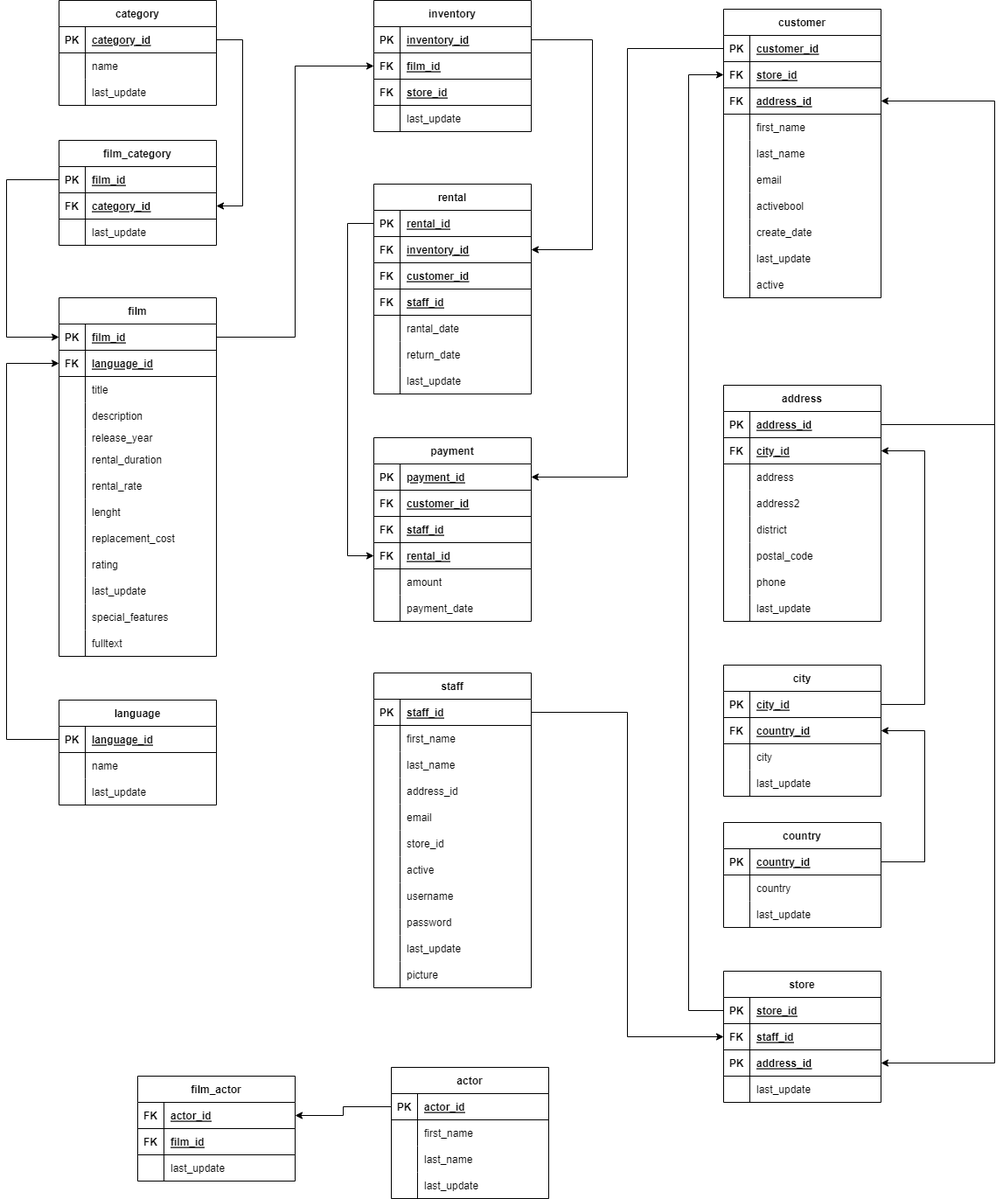
Earlier version of the draw.io export DVD Rental ER Model.drawio.png (MarianSulik/DE_diagrams). Source tidied: cells renumbered, new cells last; positions are measured from the earlier drawing's top-left corner, leaving out a move shared by most shapes.
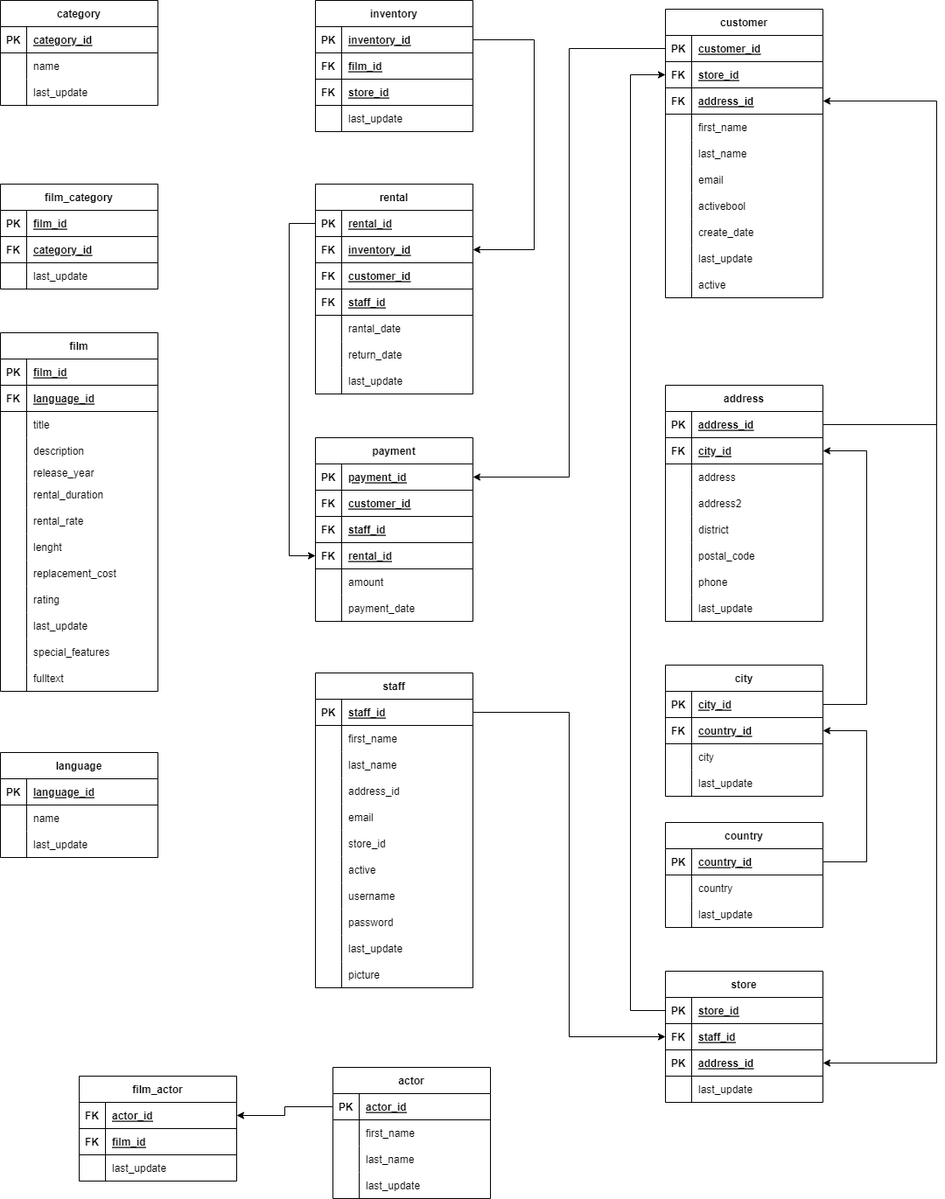
Later version of the same file.

Change to the diagram source:
```diff
@@ -33,7 +33,7 @@
       <mxGeometry x="30" width="150" height="30" as="geometry" />
     </mxCell>
     <mxCell id="12" value="film_category" style="shape=table;startSize=30;rowLines=0;fontStyle=1;align=center;" parent="1" vertex="1">
-      <mxGeometry x="60" y="160" width="180" height="120" as="geometry" />
+      <mxGeometry x="60" y="210" width="180" height="120" as="geometry" />
     </mxCell>
     <mxCell id="13" style="shape=tableRow;horizontal=0;startSize=0;swimlaneHead=0;swimlaneBody=0;fillColor=none;points=[[0,0.5],[1,0.5]];portConstraint=eastwest;top=0;left=0;right=0;bottom=1;" parent="12" vertex="1">
       <mxGeometry y="30" width="180" height="30" as="geometry" />
@@ -63,7 +63,7 @@
       <mxGeometry x="30" width="150" height="30" as="geometry" />
     </mxCell>
     <mxCell id="22" value="language" style="shape=table;startSize=30;rowLines=0;fontStyle=1;align=center;" parent="1" vertex="1">
-      <mxGeometry x="60" y="800" width="180" height="120" as="geometry" />
+      <mxGeometry x="60" y="860" width="180" height="120" as="geometry" />
     </mxCell>
     <mxCell id="23" style="shape=tableRow;horizontal=0;startSize=0;swimlaneHead=0;swimlaneBody=0;fillColor=none;points=[[0,0.5],[1,0.5]];portConstraint=eastwest;top=0;left=0;right=0;bottom=1;" parent="22" vertex="1">
       <mxGeometry y="30" width="180" height="30" as="geometry" />
@@ -93,7 +93,7 @@
       <mxGeometry x="30" width="150" height="30" as="geometry" />
     </mxCell>
     <mxCell id="32" value="film" style="shape=table;startSize=30;rowLines=0;fontStyle=1;align=center;" parent="1" vertex="1">
-      <mxGeometry x="60" y="340" width="180" height="410" as="geometry" />
+      <mxGeometry x="60" y="380" width="180" height="410" as="geometry" />
     </mxCell>
     <mxCell id="33" style="shape=tableRow;horizontal=0;startSize=0;swimlaneHead=0;swimlaneBody=0;fillColor=none;points=[[0,0.5],[1,0.5]];portConstraint=eastwest;top=0;left=0;right=0;bottom=1;" parent="32" vertex="1">
       <mxGeometry y="30" width="180" height="30" as="geometry" />
@@ -821,20 +821,9 @@
     <mxCell id="274" value="last_update" style="shape=partialRectangle;fillColor=none;top=0;left=0;bottom=0;right=0;align=left;spacingLeft=6;overflow=hidden;" parent="272" vertex="1">
       <mxGeometry x="30" width="150" height="30" as="geometry" />
     </mxCell>
-    <mxCell id="275" style="edgeStyle=orthogonalEdgeStyle;rounded=0;jettySize=auto;html=1;exitX=0;exitY=0.5;exitDx=0;exitDy=0;entryX=0;entryY=0.5;entryDx=0;entryDy=0;" parent="1" edge="1" source="23" target="36">
-      <mxGeometry relative="1" as="geometry">
-        <Array as="points">
-          <mxPoint y="845" />
-          <mxPoint y="415" />
-        </Array>
-      </mxGeometry>
-    </mxCell>
     <mxCell id="276" style="edgeStyle=orthogonalEdgeStyle;rounded=0;jettySize=auto;html=1;exitX=0;exitY=0.5;exitDx=0;exitDy=0;entryX=1;entryY=0.5;entryDx=0;entryDy=0;" parent="1" edge="1" source="171" target="73">
       <mxGeometry relative="1" as="geometry" />
     </mxCell>
-    <mxCell id="277" style="edgeStyle=orthogonalEdgeStyle;rounded=0;jettySize=auto;html=1;exitX=1;exitY=0.5;exitDx=0;exitDy=0;entryX=0;entryY=0.5;entryDx=0;entryDy=0;" parent="1" edge="1" source="33" target="86">
-      <mxGeometry relative="1" as="geometry" />
-    </mxCell>
     <mxCell id="278" style="edgeStyle=orthogonalEdgeStyle;rounded=0;jettySize=auto;html=1;exitX=1;exitY=0.5;exitDx=0;exitDy=0;entryX=1;entryY=0.5;entryDx=0;entryDy=0;" parent="1" edge="1" source="83" target="99">
       <mxGeometry relative="1" as="geometry">
         <Array as="points">
@@ -898,21 +887,5 @@
     <mxCell id="286" style="edgeStyle=orthogonalEdgeStyle;rounded=0;jettySize=auto;html=1;exitX=1;exitY=0.5;exitDx=0;exitDy=0;entryX=0;entryY=0.5;entryDx=0;entryDy=0;" parent="1" edge="1" source="137" target="266">
       <mxGeometry relative="1" as="geometry" />
     </mxCell>
-    <mxCell id="287" style="edgeStyle=orthogonalEdgeStyle;rounded=0;jettySize=auto;html=1;exitX=1;exitY=0.5;exitDx=0;exitDy=0;entryX=1;entryY=0.5;entryDx=0;entryDy=0;" parent="1" edge="1" source="3" target="16">
-      <mxGeometry relative="1" as="geometry">
-        <Array as="points">
-          <mxPoint x="270" y="45" />
-          <mxPoint x="270" y="235" />
-        </Array>
-      </mxGeometry>
-    </mxCell>
-    <mxCell id="288" style="edgeStyle=orthogonalEdgeStyle;rounded=0;jettySize=auto;html=1;exitX=0;exitY=0.5;exitDx=0;exitDy=0;entryX=0;entryY=0.5;entryDx=0;entryDy=0;" parent="1" edge="1" source="13" target="33">
-      <mxGeometry relative="1" as="geometry">
-        <Array as="points">
-          <mxPoint y="205" />
-          <mxPoint y="385" />
-        </Array>
-      </mxGeometry>
-    </mxCell>
   </root>
 </mxGraphModel>
```
